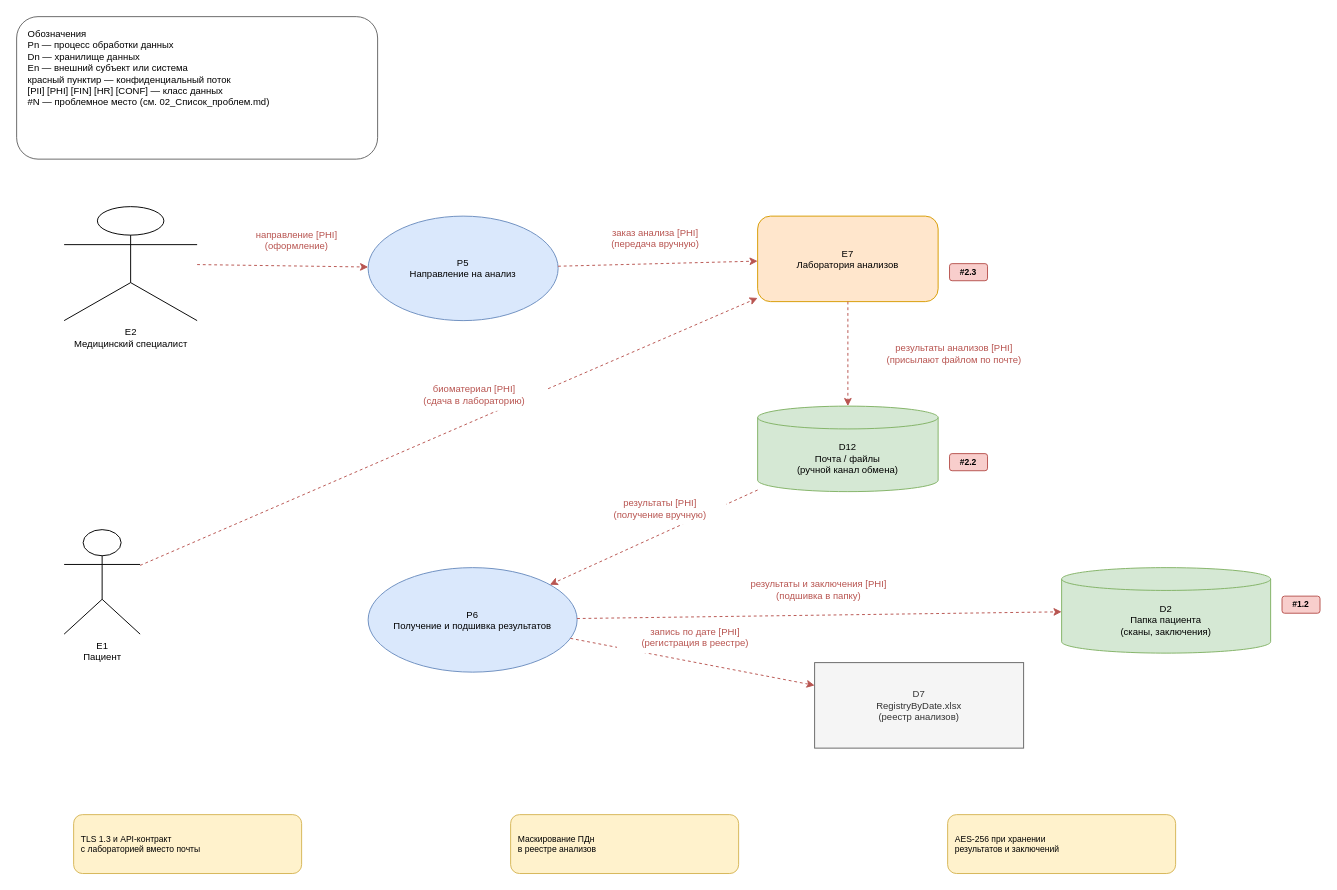
IlyaLivingstone/architecture-medikamente keeps this draw.io diagram as Task1/DFD_TO-BE/DFD_4_Лаборатория анализов_TO-BE.drawio. Above is the earlier version. Source tidied: cells renumbered, new cells numbered last; positions are measured from the earlier drawing's top-left corner, leaving out a move shared by most shapes. Both pictures are drawn from the tidied source at 95%, with x=0, y=0 at pixel (16, 16).
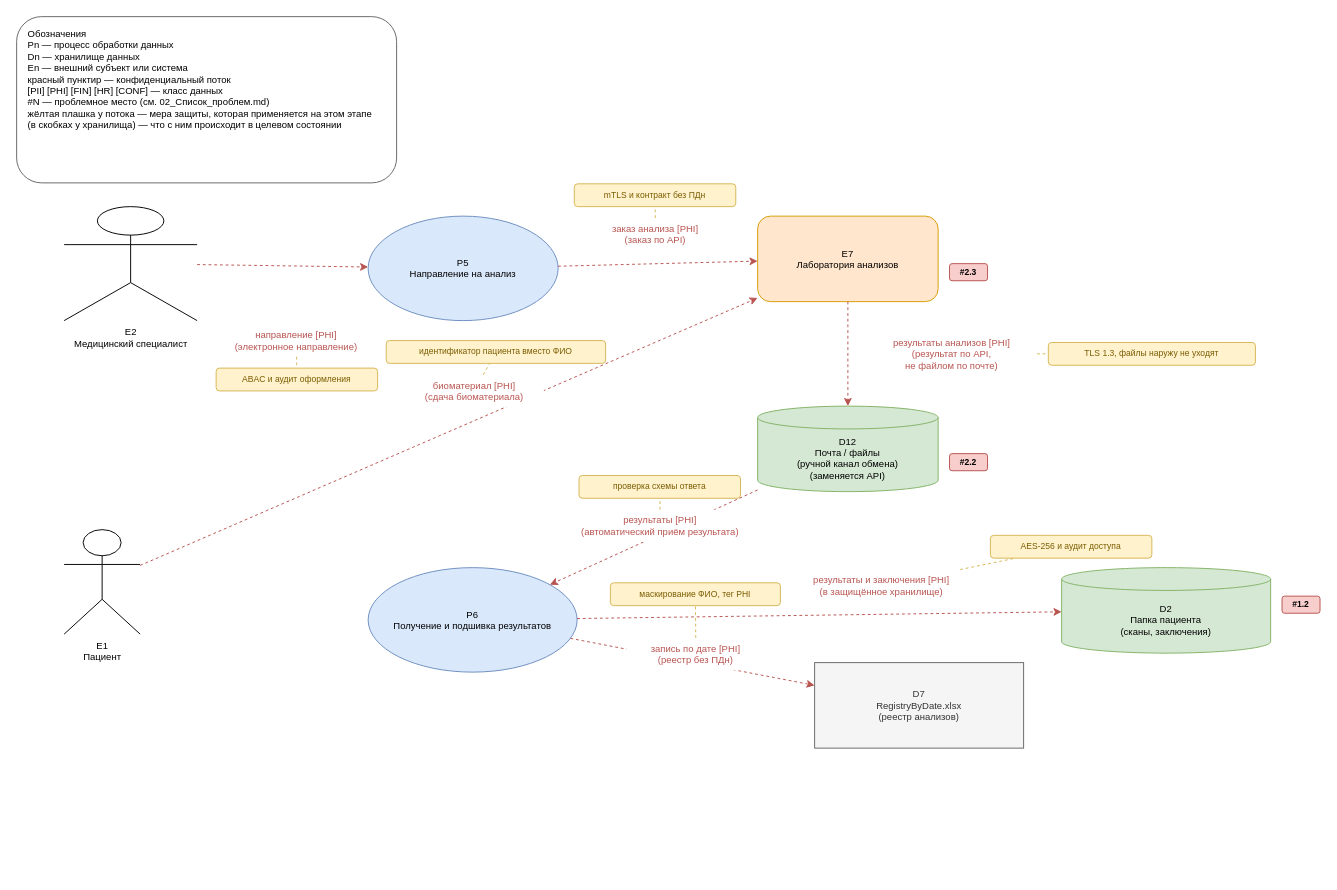
Above is the later version.

Change to the diagram source:
```diff
@@
-    <mxCell id="6" value="D12&lt;br&gt;Почта / файлы&lt;br&gt;(ручной канал обмена)" style="shape=cylinder3;whiteSpace=wrap;html=1;boundedLbl=1;backgroundOutline=1;size=12;fillColor=#d5e8d4;strokeColor=#82b366;fontSize=10;" parent="1" vertex="1">
+    <mxCell id="6" value="D12&lt;br&gt;Почта / файлы&lt;br&gt;(ручной канал обмена)&lt;br&gt;(заменяется API)" style="shape=cylinder3;whiteSpace=wrap;html=1;boundedLbl=1;backgroundOutline=1;size=12;fillColor=#d5e8d4;strokeColor=#82b366;fontSize=10;" parent="1" vertex="1">
       <mxGeometry x="780" y="410" width="190" height="90" as="geometry" />
     </mxCell>
@@
-    <mxCell id="11" value="направление [PHI]&lt;br&gt;(оформление)" style="rounded=0;whiteSpace=wrap;html=1;align=center;verticalAlign=middle;fillColor=#ffffff;strokeColor=none;fontSize=10;fontColor=#b85450;" parent="1" vertex="1">
-      <mxGeometry x="232" y="218" width="126" height="34" as="geometry" />
+    <mxCell id="11" value="направление [PHI]&lt;br&gt;(электронное направление)" style="rounded=0;whiteSpace=wrap;html=1;align=center;verticalAlign=middle;fillColor=#ffffff;strokeColor=none;fontSize=10;fontColor=#b85450;" parent="1" vertex="1">
+      <mxGeometry x="205" y="324" width="179" height="34" as="geometry" />
     </mxCell>
+    <mxCell id="31" value="ABAC и аудит оформления" style="rounded=1;whiteSpace=wrap;html=1;fontSize=9;fillColor=#fff2cc;strokeColor=#d6b656;fontColor=#7a5c00;align=center;verticalAlign=middle;spacingLeft=4;spacingRight=4;" parent="1" vertex="1">
+      <mxGeometry x="210" y="370" width="170" height="24" as="geometry" />
+    </mxCell>
+    <mxCell id="32" style="html=1;endArrow=none;rounded=0;dashed=1;strokeColor=#d6b656;strokeWidth=1;" parent="1" edge="1" source="11" target="31">
+      <mxGeometry relative="1" as="geometry" />
+    </mxCell>
@@
-    <mxCell id="13" value="заказ анализа [PHI]&lt;br&gt;(передача вручную)" style="rounded=0;whiteSpace=wrap;html=1;align=center;verticalAlign=middle;fillColor=#ffffff;strokeColor=none;fontSize=10;fontColor=#b85450;" parent="1" vertex="1">
-      <mxGeometry x="603" y="216" width="139" height="34" as="geometry" />
+    <mxCell id="13" value="заказ анализа [PHI]&lt;br&gt;(заказ по API)" style="rounded=0;whiteSpace=wrap;html=1;align=center;verticalAlign=middle;fillColor=#ffffff;strokeColor=none;fontSize=10;fontColor=#b85450;" parent="1" vertex="1">
+      <mxGeometry x="603" y="212" width="139" height="34" as="geometry" />
     </mxCell>
+    <mxCell id="33" value="mTLS и контракт без ПДн" style="rounded=1;whiteSpace=wrap;html=1;fontSize=9;fillColor=#fff2cc;strokeColor=#d6b656;fontColor=#7a5c00;align=center;verticalAlign=middle;spacingLeft=4;spacingRight=4;" parent="1" vertex="1">
+      <mxGeometry x="587" y="176" width="170" height="24" as="geometry" />
+    </mxCell>
+    <mxCell id="34" style="html=1;endArrow=none;rounded=0;dashed=1;strokeColor=#d6b656;strokeWidth=1;" parent="1" edge="1" source="13" target="33">
+      <mxGeometry relative="1" as="geometry" />
+    </mxCell>
@@
-    <mxCell id="15" value="биоматериал [PHI]&lt;br&gt;(сдача в лабораторию)" style="rounded=0;whiteSpace=wrap;html=1;align=center;verticalAlign=middle;fillColor=#ffffff;strokeColor=none;fontSize=10;fontColor=#b85450;" parent="1" vertex="1">
-      <mxGeometry x="406" y="381" width="152" height="34" as="geometry" />
+    <mxCell id="15" value="биоматериал [PHI]&lt;br&gt;(сдача биоматериала)" style="rounded=0;whiteSpace=wrap;html=1;align=center;verticalAlign=middle;fillColor=#ffffff;strokeColor=none;fontSize=10;fontColor=#b85450;" parent="1" vertex="1">
+      <mxGeometry x="409" y="377" width="146" height="34" as="geometry" />
     </mxCell>
+    <mxCell id="35" value="идентификатор пациента вместо ФИО" style="rounded=1;whiteSpace=wrap;html=1;fontSize=9;fillColor=#fff2cc;strokeColor=#d6b656;fontColor=#7a5c00;align=center;verticalAlign=middle;spacingLeft=4;spacingRight=4;" parent="1" vertex="1">
+      <mxGeometry x="389" y="341" width="231" height="24" as="geometry" />
+    </mxCell>
+    <mxCell id="36" style="html=1;endArrow=none;rounded=0;dashed=1;strokeColor=#d6b656;strokeWidth=1;" parent="1" edge="1" source="15" target="35">
+      <mxGeometry relative="1" as="geometry" />
+    </mxCell>
@@
-    <mxCell id="17" value="результаты анализов [PHI]&lt;br&gt;(присылают файлом по почте)" style="rounded=0;whiteSpace=wrap;html=1;align=center;verticalAlign=middle;fillColor=#ffffff;strokeColor=none;fontSize=10;fontColor=#b85450;" parent="1" vertex="1">
-      <mxGeometry x="891" y="338" width="192" height="34" as="geometry" />
+    <mxCell id="17" value="результаты анализов [PHI]&lt;br&gt;(результат по API,&lt;br&gt;не файлом по почте)" style="rounded=0;whiteSpace=wrap;html=1;align=center;verticalAlign=middle;fillColor=#ffffff;strokeColor=none;fontSize=10;fontColor=#b85450;" parent="1" vertex="1">
+      <mxGeometry x="895" y="330" width="179" height="50" as="geometry" />
     </mxCell>
+    <mxCell id="37" value="TLS 1.3, файлы наружу не уходят" style="rounded=1;whiteSpace=wrap;html=1;fontSize=9;fillColor=#fff2cc;strokeColor=#d6b656;fontColor=#7a5c00;align=center;verticalAlign=middle;spacingLeft=4;spacingRight=4;" parent="1" vertex="1">
+      <mxGeometry x="1086" y="343" width="218" height="24" as="geometry" />
+    </mxCell>
+    <mxCell id="38" style="html=1;endArrow=none;rounded=0;dashed=1;strokeColor=#d6b656;strokeWidth=1;" parent="1" edge="1" source="17" target="37">
+      <mxGeometry relative="1" as="geometry" />
+    </mxCell>
@@
-    <mxCell id="19" value="результаты [PHI]&lt;br&gt;(получение вручную)" style="rounded=0;whiteSpace=wrap;html=1;align=center;verticalAlign=middle;fillColor=#ffffff;strokeColor=none;fontSize=10;fontColor=#b85450;" parent="1" vertex="1">
-      <mxGeometry x="608" y="501" width="139" height="34" as="geometry" />
+    <mxCell id="19" value="результаты [PHI]&lt;br&gt;(автоматический приём результата)" style="rounded=0;whiteSpace=wrap;html=1;align=center;verticalAlign=middle;fillColor=#ffffff;strokeColor=none;fontSize=10;fontColor=#b85450;" parent="1" vertex="1">
+      <mxGeometry x="562" y="519" width="231" height="34" as="geometry" />
     </mxCell>
+    <mxCell id="39" value="проверка схемы ответа" style="rounded=1;whiteSpace=wrap;html=1;fontSize=9;fillColor=#fff2cc;strokeColor=#d6b656;fontColor=#7a5c00;align=center;verticalAlign=middle;spacingLeft=4;spacingRight=4;" parent="1" vertex="1">
+      <mxGeometry x="592" y="483" width="170" height="24" as="geometry" />
+    </mxCell>
+    <mxCell id="40" style="html=1;endArrow=none;rounded=0;dashed=1;strokeColor=#d6b656;strokeWidth=1;" parent="1" edge="1" source="19" target="39">
+      <mxGeometry relative="1" as="geometry" />
+    </mxCell>
@@
-    <mxCell id="21" value="запись по дате [PHI]&lt;br&gt;(регистрация в реестре)" style="rounded=0;whiteSpace=wrap;html=1;align=center;verticalAlign=middle;fillColor=#ffffff;strokeColor=none;fontSize=10;fontColor=#b85450;" parent="1" vertex="1">
-      <mxGeometry x="632" y="636" width="165" height="34" as="geometry" />
+    <mxCell id="21" value="запись по дате [PHI]&lt;br&gt;(реестр без ПДн)" style="rounded=0;whiteSpace=wrap;html=1;align=center;verticalAlign=middle;fillColor=#ffffff;strokeColor=none;fontSize=10;fontColor=#b85450;" parent="1" vertex="1">
+      <mxGeometry x="642" y="654" width="146" height="34" as="geometry" />
     </mxCell>
+    <mxCell id="41" value="маскирование ФИО, тег PHI" style="rounded=1;whiteSpace=wrap;html=1;fontSize=9;fillColor=#fff2cc;strokeColor=#d6b656;fontColor=#7a5c00;align=center;verticalAlign=middle;spacingLeft=4;spacingRight=4;" parent="1" vertex="1">
+      <mxGeometry x="625" y="596" width="179" height="24" as="geometry" />
+    </mxCell>
+    <mxCell id="42" style="html=1;endArrow=none;rounded=0;dashed=1;strokeColor=#d6b656;strokeWidth=1;" parent="1" edge="1" source="21" target="41">
+      <mxGeometry relative="1" as="geometry" />
+    </mxCell>
@@
-    <mxCell id="23" value="результаты и заключения [PHI]&lt;br&gt;(подшивка в папку)" style="rounded=0;whiteSpace=wrap;html=1;align=center;verticalAlign=middle;fillColor=#ffffff;strokeColor=none;fontSize=10;fontColor=#b85450;" parent="1" vertex="1">
-      <mxGeometry x="742" y="586" width="205" height="34" as="geometry" />
+    <mxCell id="23" value="результаты и заключения [PHI]&lt;br&gt;(в защищённое хранилище)" style="rounded=0;whiteSpace=wrap;html=1;align=center;verticalAlign=middle;fillColor=#ffffff;strokeColor=none;fontSize=10;fontColor=#b85450;" parent="1" vertex="1">
+      <mxGeometry x="808" y="582" width="205" height="34" as="geometry" />
     </mxCell>
+    <mxCell id="43" value="AES-256 и аудит доступа" style="rounded=1;whiteSpace=wrap;html=1;fontSize=9;fillColor=#fff2cc;strokeColor=#d6b656;fontColor=#7a5c00;align=center;verticalAlign=middle;spacingLeft=4;spacingRight=4;" parent="1" vertex="1">
+      <mxGeometry x="1025" y="546" width="170" height="24" as="geometry" />
+    </mxCell>
+    <mxCell id="44" style="html=1;endArrow=none;rounded=0;dashed=1;strokeColor=#d6b656;strokeWidth=1;" parent="1" edge="1" source="23" target="43">
+      <mxGeometry relative="1" as="geometry" />
+    </mxCell>
@@
-    <mxCell id="27" value="TLS 1.3 и API-контракт&lt;br&gt;с лабораторией вместо почты" style="rounded=1;whiteSpace=wrap;html=1;fontSize=9;fillColor=#fff2cc;strokeColor=#d6b656;align=left;spacingLeft=6;" parent="1" vertex="1">
-      <mxGeometry x="60" y="840" width="240" height="62" as="geometry" />
-    </mxCell>
-    <mxCell id="28" value="Маскирование ПДн&lt;br&gt;в реестре анализов" style="rounded=1;whiteSpace=wrap;html=1;fontSize=9;fillColor=#fff2cc;strokeColor=#d6b656;align=left;spacingLeft=6;" parent="1" vertex="1">
-      <mxGeometry x="520" y="840" width="240" height="62" as="geometry" />
-    </mxCell>
-    <mxCell id="29" value="AES-256 при хранении&lt;br&gt;результатов и заключений" style="rounded=1;whiteSpace=wrap;html=1;fontSize=9;fillColor=#fff2cc;strokeColor=#d6b656;align=left;spacingLeft=6;" parent="1" vertex="1">
-      <mxGeometry x="980" y="840" width="240" height="62" as="geometry" />
-    </mxCell>
-    <mxCell id="30" value="Обозначения&lt;br&gt;Pn — процесс обработки данных&lt;br&gt;Dn — хранилище данных&lt;br&gt;En — внешний субъект или система&lt;br&gt;красный пунктир — конфиденциальный поток&lt;br&gt;[PII] [PHI] [FIN] [HR] [CONF] — класс данных&lt;br&gt;#N — проблемное место (см. 02_Список_проблем.md)" style="rounded=1;whiteSpace=wrap;html=1;fontSize=10;fillColor=#ffffff;strokeColor=#666666;align=left;verticalAlign=top;spacingLeft=10;spacingTop=6;" parent="1" vertex="1">
-      <mxGeometry width="380" height="150" as="geometry" />
+    <mxCell id="30" value="Обозначения&lt;br&gt;Pn — процесс обработки данных&lt;br&gt;Dn — хранилище данных&lt;br&gt;En — внешний субъект или система&lt;br&gt;красный пунктир — конфиденциальный поток&lt;br&gt;[PII] [PHI] [FIN] [HR] [CONF] — класс данных&lt;br&gt;#N — проблемное место (см. 02_Список_проблем.md)&lt;br&gt;жёлтая плашка у потока — мера защиты, которая применяется на этом этапе&lt;br&gt;(в скобках у хранилища) — что с ним происходит в целевом состоянии" style="rounded=1;whiteSpace=wrap;html=1;fontSize=10;fillColor=#ffffff;strokeColor=#666666;align=left;verticalAlign=top;spacingLeft=10;spacingTop=6;" parent="1" vertex="1">
+      <mxGeometry width="400" height="175" as="geometry" />
     </mxCell>
```
